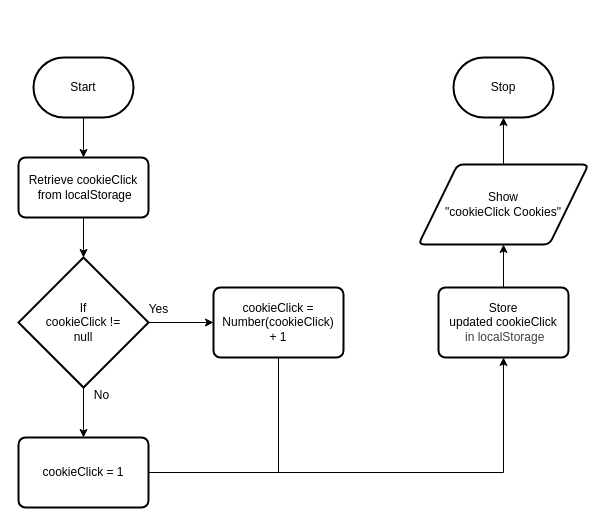
MTHS-ICD2O-1-2024/ICD2O-Unit-6-02-Ain-Jeong keeps this draw.io diagram as design/flowchart.drawio. Above is the earlier version. Source tidied: cells renumbered, new cells numbered last; positions are measured from the earlier drawing's top-left corner, leaving out a move shared by most shapes. Both pictures are drawn from the tidied source at 100%, with x=0, y=0 at pixel (18, 57).
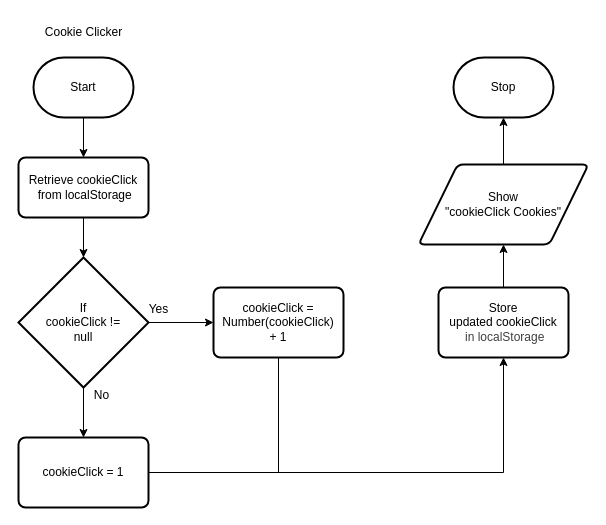
Above is the later version.

Change to the diagram source:
```diff
@@
+    <mxCell id="20" value="Cookie Clicker" style="text;html=1;align=center;verticalAlign=middle;strokeColor=none;fillColor=none;" parent="1" vertex="1">
+      <mxGeometry x="15" y="-40" width="100" height="30" as="geometry" />
+    </mxCell>
```
